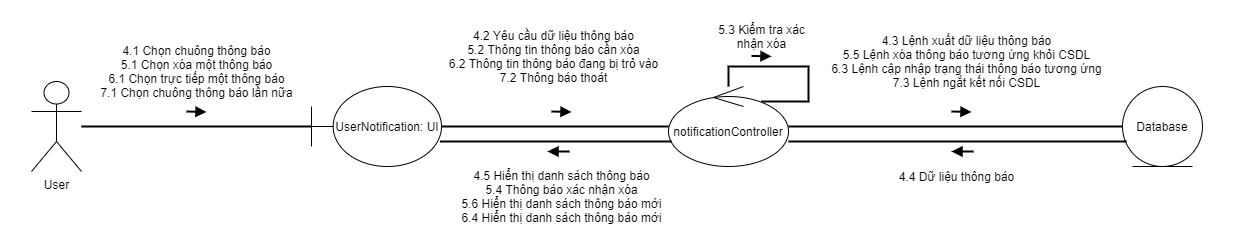
Merevoli-DatLuu/To-Do-App keeps this draw.io diagram as ToDoApp-Doc/Document/Diagram/Collaboration Diagram/UserNotificationManagement/CollaborationDiagram_UserNotificationManagement.png. Above is the earlier version. Source tidied: cells renumbered, new cells last; positions are measured from the earlier drawing's top-left corner, leaving out a move shared by most shapes.
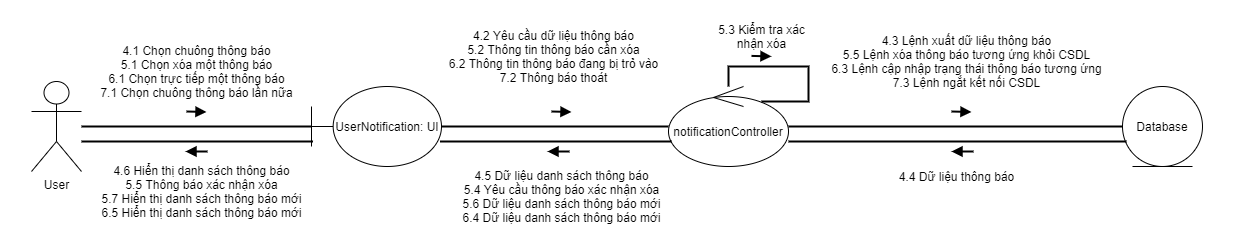
The same file after the commit.

Commit message:
[TODO-53]-[Modified]: UserNotificationManagement Collab Diagram

Diff of the diagram source:
```diff
@@ -71,8 +71,8 @@
         <mxPoint x="568" y="150" as="targetPoint" />
       </mxGeometry>
     </mxCell>
-    <mxCell id="19" value="4.5 Hiển thị danh sách thông báo&lt;br&gt;5.4 Thông báo xác nhận xóa&lt;br&gt;5.6 Hiển thị danh sách thông báo mới&lt;br&gt;6.4 Hiển thị danh sách thông báo mới" style="text;html=1;align=center;verticalAlign=middle;" parent="1" vertex="1">
-      <mxGeometry x="450" y="165" width="220" height="60" as="geometry" />
+    <mxCell id="19" value="4.5 Dữ liệu danh sách thông báo&lt;br&gt;5.4 Yêu cầu thông báo xác nhận xóa&lt;br&gt;5.6 Dữ liệu danh sách thông báo mới&lt;br&gt;6.4 Dữ liệu danh sách thông báo mới" style="text;html=1;align=center;verticalAlign=middle;" parent="1" vertex="1">
+      <mxGeometry x="455" y="165" width="210" height="60" as="geometry" />
     </mxCell>
     <mxCell id="20" style="endArrow=none;html=1;startArrow=block;startFill=1;endFill=0;strokeWidth=2;rounded=0;" parent="1" edge="1">
       <mxGeometry relative="1" as="geometry">
@@ -105,5 +105,24 @@
     <mxCell id="24" value="4.4 Dữ liệu thông báo" style="text;html=1;align=center;verticalAlign=middle;" parent="1" vertex="1">
       <mxGeometry x="890" y="165" width="130" height="20" as="geometry" />
     </mxCell>
+    <mxCell id="25" style="edgeStyle=orthogonalEdgeStyle;rounded=0;orthogonalLoop=1;jettySize=auto;html=1;startArrow=none;startFill=0;endArrow=none;endFill=0;strokeWidth=2;" parent="1" edge="1">
+      <mxGeometry relative="1" as="geometry">
+        <mxPoint x="80" y="140" as="sourcePoint" />
+        <mxPoint x="311.5" y="140" as="targetPoint" />
+        <Array as="points">
+          <mxPoint x="110" y="140" />
+          <mxPoint x="110" y="140" />
+        </Array>
+      </mxGeometry>
+    </mxCell>
+    <mxCell id="26" style="endArrow=none;html=1;startArrow=block;startFill=1;endFill=0;strokeWidth=2;rounded=0;" parent="1" edge="1">
+      <mxGeometry relative="1" as="geometry">
+        <mxPoint x="184" y="150" as="sourcePoint" />
+        <mxPoint x="206" y="150" as="targetPoint" />
+      </mxGeometry>
+    </mxCell>
+    <mxCell id="27" value="4.6 Hiển thị danh sách thông báo&lt;br&gt;5.5 Thông báo xác nhận xóa&lt;br&gt;5.7 Hiển thị danh sách thông báo mới&lt;br&gt;6.5 Hiển thị danh sách thông báo mới" style="text;html=1;align=center;verticalAlign=middle;" parent="1" vertex="1">
+      <mxGeometry x="90" y="160" width="220" height="60" as="geometry" />
+    </mxCell>
   </root>
 </mxGraphModel>
```
